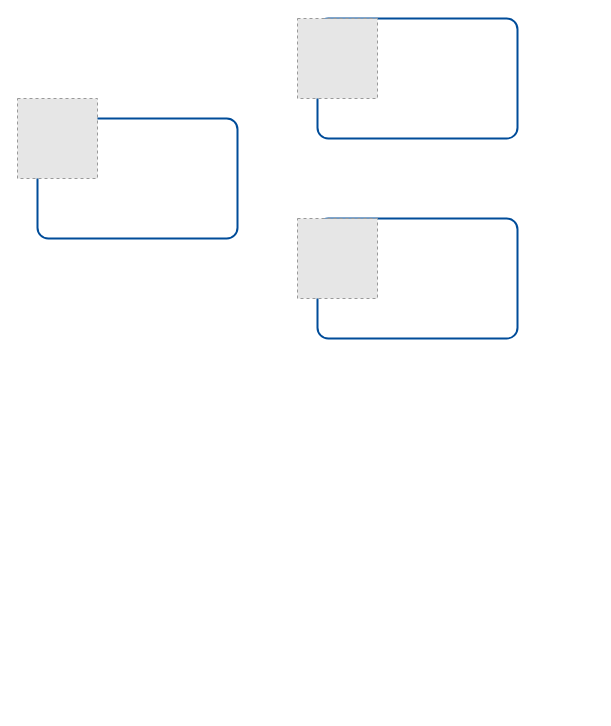
Earlier version of the draw.io diagram page "第 3 页" (3 of 4) of st/k8s.drawio (gaivin/drawio). Source tidied: cells renumbered, new cells numbered last; positions are measured from the earlier drawing's top-left corner, leaving out a move shared by most shapes. Both pictures are drawn from the tidied source at 100%, with x=0, y=0 at pixel (17, 18). Pictures stored in the file or linked from it are replaced by grey dashed boxes.
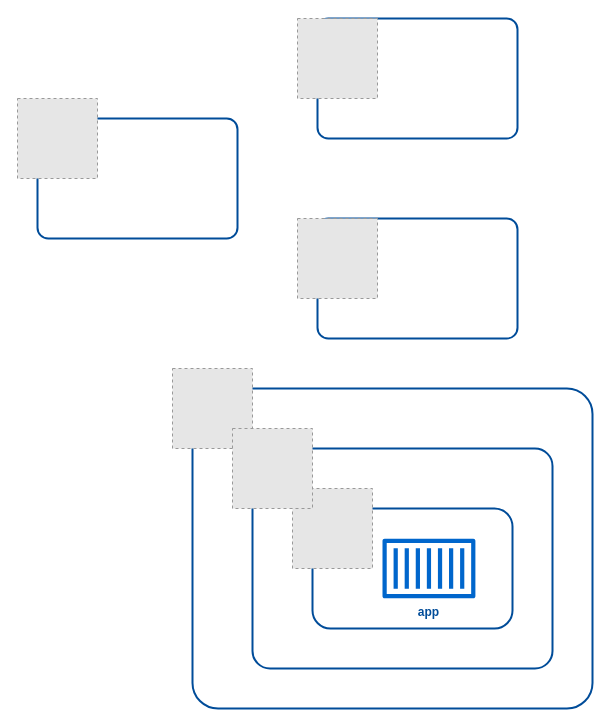
The same diagram, later.

Change to the diagram source:
```diff
@@
 <mxGraphModel>
   <root>
     <mxCell id="0" />
     <mxCell id="1" parent="0" />
     <mxCell id="2" style="rounded=1;whiteSpace=wrap;html=1;fillStyle=auto;strokeColor=#004C99;strokeWidth=2;fontColor=#004C99;fillColor=none;arcSize=9;" parent="1" vertex="1">
       <mxGeometry x="300" width="200" height="120" as="geometry" />
     </mxCell>
     <mxCell id="3" style="fillColor=#E6E6E6;strokeColor=#999999;dashed=1;verticalLabelPosition=bottom;verticalAlign=top;fontColor=#004C99;" parent="1" vertex="1">
       <mxGeometry x="280" width="80" height="80" as="geometry" />
     </mxCell>
     <mxCell id="4" style="rounded=1;whiteSpace=wrap;html=1;fillStyle=auto;strokeColor=#004C99;strokeWidth=2;fontColor=#004C99;fillColor=none;arcSize=9;" parent="1" vertex="1">
       <mxGeometry x="300" y="200" width="200" height="120" as="geometry" />
     </mxCell>
     <mxCell id="5" style="fillColor=#E6E6E6;strokeColor=#999999;dashed=1;verticalLabelPosition=bottom;verticalAlign=top;fontColor=#004C99;" parent="1" vertex="1">
       <mxGeometry x="280" y="200" width="80" height="80" as="geometry" />
     </mxCell>
     <mxCell id="6" style="rounded=1;whiteSpace=wrap;html=1;fillStyle=auto;strokeColor=#004C99;strokeWidth=2;fontColor=#004C99;fillColor=none;arcSize=9;" parent="1" vertex="1">
       <mxGeometry x="20" y="100" width="200" height="120" as="geometry" />
     </mxCell>
     <mxCell id="7" style="fillColor=#E6E6E6;strokeColor=#999999;dashed=1;verticalLabelPosition=bottom;verticalAlign=top;fontColor=#004C99;" parent="1" vertex="1">
       <mxGeometry y="80" width="80" height="80" as="geometry" />
     </mxCell>
+    <mxCell id="8" style="rounded=1;whiteSpace=wrap;html=1;fillStyle=auto;strokeWidth=2;fillColor=none;arcSize=8;strokeColor=#004C99;" parent="1" vertex="1">
+      <mxGeometry x="175" y="370" width="400" height="320" as="geometry" />
+    </mxCell>
+    <mxCell id="9" style="rounded=1;whiteSpace=wrap;html=1;fillStyle=auto;strokeWidth=2;fillColor=none;arcSize=8;strokeColor=#004C99;" parent="1" vertex="1">
+      <mxGeometry x="235" y="430" width="300" height="220" as="geometry" />
+    </mxCell>
+    <mxCell id="10" style="rounded=1;whiteSpace=wrap;html=1;fontFamily=Helvetica;fontSize=12;fontColor=default;align=center;strokeColor=#004C99;fillColor=default;strokeWidth=2;fillStyle=solid;" parent="1" vertex="1">
+      <mxGeometry x="295" y="490" width="200" height="120" as="geometry" />
+    </mxCell>
+    <mxCell id="11" style="fillColor=#E6E6E6;strokeColor=#999999;dashed=1;verticalLabelPosition=bottom;verticalAlign=top;" parent="1" vertex="1">
+      <mxGeometry x="275" y="470" width="80" height="80" as="geometry" />
+    </mxCell>
+    <mxCell id="12" value="&lt;font color=&quot;#004c99&quot;&gt;&lt;b&gt;app&lt;/b&gt;&lt;/font&gt;" style="sketch=0;fontColor=#ffffff;fillColor=#0066CC;strokeColor=#006EAF;dashed=0;verticalLabelPosition=bottom;verticalAlign=top;align=center;html=1;fontSize=12;fontStyle=0;shape=mxgraph.aws4.container_1;fillStyle=solid;strokeWidth=2;" parent="1" vertex="1">
+      <mxGeometry x="365" y="520" width="92.9" height="60" as="geometry" />
+    </mxCell>
+    <mxCell id="13" style="fillColor=#E6E6E6;strokeColor=#999999;dashed=1;verticalLabelPosition=bottom;verticalAlign=top;fontColor=#004C99;" parent="1" vertex="1">
+      <mxGeometry x="155" y="350" width="80" height="80" as="geometry" />
+    </mxCell>
+    <mxCell id="14" style="fillColor=#E6E6E6;strokeColor=#999999;dashed=1;verticalLabelPosition=bottom;verticalAlign=top;fontColor=#004C99;" parent="1" vertex="1">
+      <mxGeometry x="215" y="410" width="80" height="80" as="geometry" />
+    </mxCell>
   </root>
 </mxGraphModel>
```
